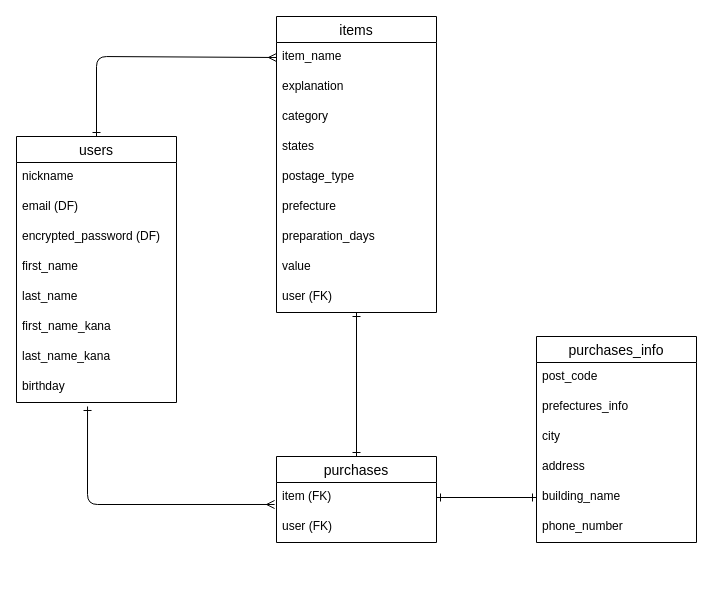
Before: FURIMA-38877.dio in NRM129/furima-38877, a draw.io diagram. Source tidied: cells renumbered, new cells numbered last; positions are measured from the earlier drawing's top-left corner, leaving out a move shared by most shapes. Both pictures are drawn from the tidied source at 100%, with x=0, y=0 at pixel (16, 16).
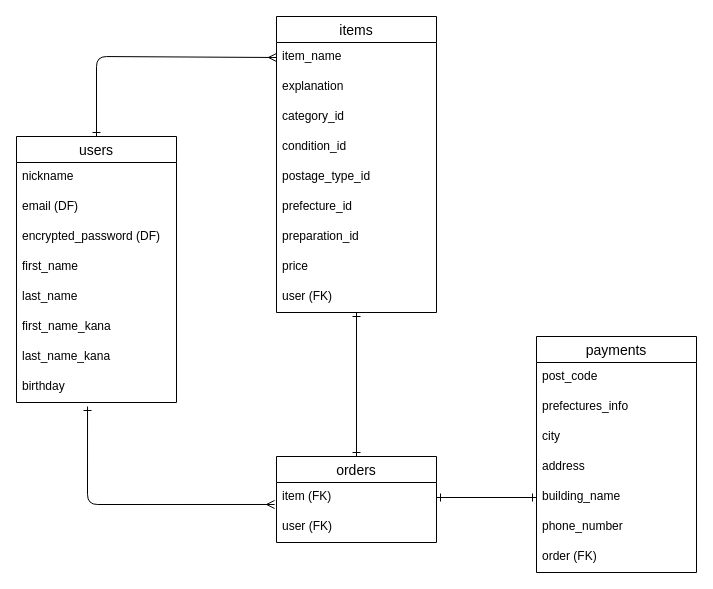
After the change.

The change refers to these unchanged cells:
```xml
<mxCell id="11" value="items" style="swimlane;fontStyle=0;horizontal=1;startSize=26;align=center;fontSize=14;" parent="1" vertex="1">
  <mxGeometry x="260" width="160" height="296" as="geometry" />
</mxCell>
```

Diff of the diagram source:
```diff
@@
-    <mxCell id="14" value="category" style="text;strokeColor=none;fillColor=none;spacingLeft=4;spacingRight=4;overflow=hidden;fontSize=12;" parent="11" vertex="1">
+    <mxCell id="14" value="category_id" style="text;strokeColor=none;fillColor=none;spacingLeft=4;spacingRight=4;overflow=hidden;fontSize=12;" parent="11" vertex="1">
       <mxGeometry y="86" width="160" height="30" as="geometry" />
     </mxCell>
-    <mxCell id="15" value="states" style="text;strokeColor=none;fillColor=none;spacingLeft=4;spacingRight=4;overflow=hidden;fontSize=12;" parent="11" vertex="1">
+    <mxCell id="15" value="condition_id" style="text;strokeColor=none;fillColor=none;spacingLeft=4;spacingRight=4;overflow=hidden;fontSize=12;" parent="11" vertex="1">
       <mxGeometry y="116" width="160" height="30" as="geometry" />
     </mxCell>
-    <mxCell id="16" value="postage_type" style="text;strokeColor=none;fillColor=none;spacingLeft=4;spacingRight=4;overflow=hidden;fontSize=12;" parent="11" vertex="1">
+    <mxCell id="16" value="postage_type_id" style="text;strokeColor=none;fillColor=none;spacingLeft=4;spacingRight=4;overflow=hidden;fontSize=12;" parent="11" vertex="1">
       <mxGeometry y="146" width="160" height="30" as="geometry" />
     </mxCell>
-    <mxCell id="17" value="prefecture" style="text;strokeColor=none;fillColor=none;spacingLeft=4;spacingRight=4;overflow=hidden;fontSize=12;" parent="11" vertex="1">
+    <mxCell id="17" value="prefecture_id" style="text;strokeColor=none;fillColor=none;spacingLeft=4;spacingRight=4;overflow=hidden;fontSize=12;" parent="11" vertex="1">
       <mxGeometry y="176" width="160" height="30" as="geometry" />
     </mxCell>
-    <mxCell id="18" value="preparation_days" style="text;strokeColor=none;fillColor=none;spacingLeft=4;spacingRight=4;overflow=hidden;fontSize=12;" parent="11" vertex="1">
+    <mxCell id="18" value="preparation_id" style="text;strokeColor=none;fillColor=none;spacingLeft=4;spacingRight=4;overflow=hidden;fontSize=12;" parent="11" vertex="1">
       <mxGeometry y="206" width="160" height="30" as="geometry" />
     </mxCell>
-    <mxCell id="19" value="value" style="text;strokeColor=none;fillColor=none;spacingLeft=4;spacingRight=4;overflow=hidden;fontSize=12;" parent="11" vertex="1">
+    <mxCell id="19" value="price" style="text;strokeColor=none;fillColor=none;spacingLeft=4;spacingRight=4;overflow=hidden;fontSize=12;" parent="11" vertex="1">
       <mxGeometry y="236" width="160" height="30" as="geometry" />
     </mxCell>
@@
-    <mxCell id="22" value="purchases" style="swimlane;fontStyle=0;horizontal=1;startSize=26;align=center;fontSize=14;" parent="1" vertex="1">
+    <mxCell id="22" value="orders" style="swimlane;fontStyle=0;horizontal=1;startSize=26;align=center;fontSize=14;" parent="1" vertex="1">
       <mxGeometry x="260" y="440" width="160" height="86" as="geometry" />
     </mxCell>
@@
-    <mxCell id="25" value="purchases_info" style="swimlane;fontStyle=0;horizontal=1;startSize=26;align=center;fontSize=14;" parent="1" vertex="1">
-      <mxGeometry x="520" y="320" width="160" height="206" as="geometry" />
+    <mxCell id="25" value="payments" style="swimlane;fontStyle=0;horizontal=1;startSize=26;align=center;fontSize=14;" parent="1" vertex="1">
+      <mxGeometry x="520" y="320" width="160" height="236" as="geometry" />
     </mxCell>
@@
+    <mxCell id="35" value="order (FK)" style="text;strokeColor=none;fillColor=none;spacingLeft=4;spacingRight=4;overflow=hidden;fontSize=12;" parent="25" vertex="1">
+      <mxGeometry y="206" width="160" height="30" as="geometry" />
+    </mxCell>
```
